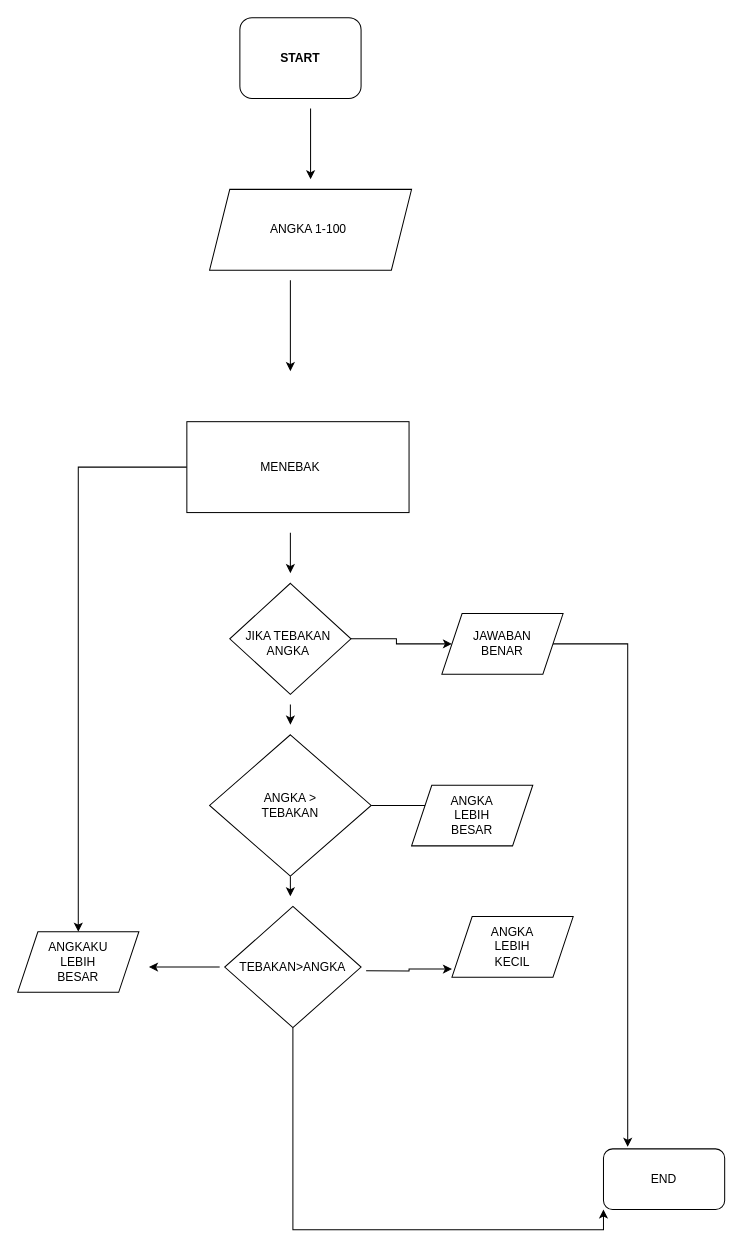
Irsyadhakki/algo_A_23241004 keeps this draw.io diagram as Untitled Diagram.drawio. Above is the earlier version. Source tidied: cells renumbered, new cells numbered last; positions are measured from the earlier drawing's top-left corner, leaving out a move shared by most shapes. Both pictures are drawn from the tidied source at 101%, with x=0, y=0 at pixel (17, 17).
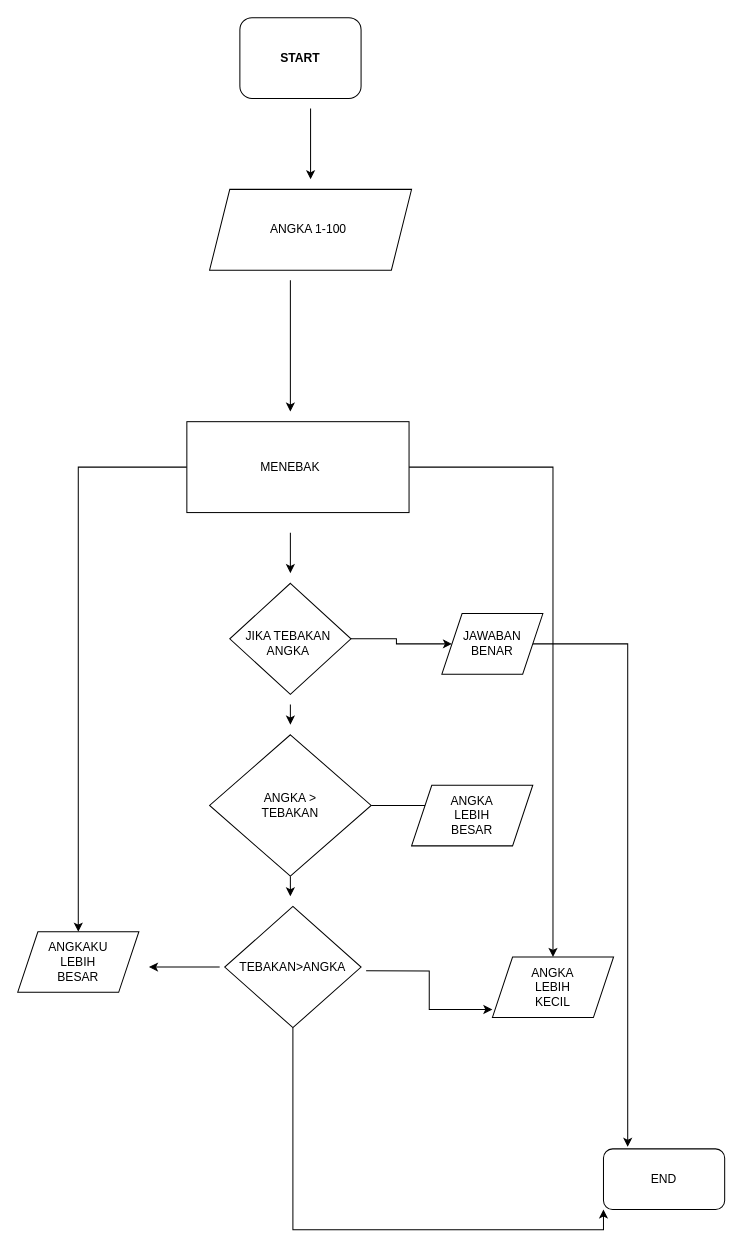
The same page after the edit.

The change refers to these unchanged cells:
```xml
<mxCell id="7" style="rounded=0;whiteSpace=wrap;html=1;" parent="1" vertex="1">
  <mxGeometry x="167.5" y="400" width="220" height="90" as="geometry" />
</mxCell>
```

Change to the diagram source:
```diff
@@
     <mxCell id="5" style="endArrow=classic;html=1;rounded=0;" parent="1" edge="1">
       <mxGeometry relative="1" as="geometry">
         <mxPoint x="270" y="260" as="sourcePoint" />
-        <mxPoint x="270" y="350" as="targetPoint" />
+        <mxPoint x="270" y="390" as="targetPoint" />
       </mxGeometry>
     </mxCell>
@@
+    <mxCell id="36" style="edgeStyle=orthogonalEdgeStyle;rounded=0;jettySize=auto;html=1;" parent="1" edge="1" source="7" target="25">
+      <mxGeometry relative="1" as="geometry" />
+    </mxCell>
@@
     <mxCell id="25" style="shape=parallelogram;perimeter=parallelogramPerimeter;whiteSpace=wrap;html=1;fixedSize=1;" parent="1" vertex="1">
-      <mxGeometry x="430" y="890" width="120" height="60" as="geometry" />
+      <mxGeometry x="470" y="930" width="120" height="60" as="geometry" />
     </mxCell>
@@
+    <mxCell id="37" style="edgeStyle=orthogonalEdgeStyle;rounded=0;jettySize=auto;html=1;exitX=1;exitY=0.5;exitDx=0;exitDy=0;entryX=1;entryY=1;entryDx=0;entryDy=0;" parent="1" edge="1" source="28" target="29">
+      <mxGeometry relative="1" as="geometry" />
+    </mxCell>
     <mxCell id="28" style="shape=parallelogram;perimeter=parallelogramPerimeter;whiteSpace=wrap;html=1;fixedSize=1;" parent="1" vertex="1">
-      <mxGeometry x="420" y="590" width="120" height="60" as="geometry" />
+      <mxGeometry x="420" y="590" width="100" height="60" as="geometry" />
     </mxCell>
     <mxCell id="29" value="JAWABAN BENAR" style="text;strokeColor=none;align=center;fillColor=none;html=1;verticalAlign=middle;whiteSpace=wrap;rounded=0;" parent="1" vertex="1">
-      <mxGeometry x="450" y="605" width="60" height="30" as="geometry" />
+      <mxGeometry x="440" y="605" width="60" height="30" as="geometry" />
     </mxCell>
     <mxCell id="30" value="ANGKA LEBIH KECIL" style="text;strokeColor=none;align=center;fillColor=none;html=1;verticalAlign=middle;whiteSpace=wrap;rounded=0;" parent="1" vertex="1">
-      <mxGeometry x="460" y="905" width="60" height="30" as="geometry" />
+      <mxGeometry x="500" y="945" width="60" height="30" as="geometry" />
     </mxCell>
```
